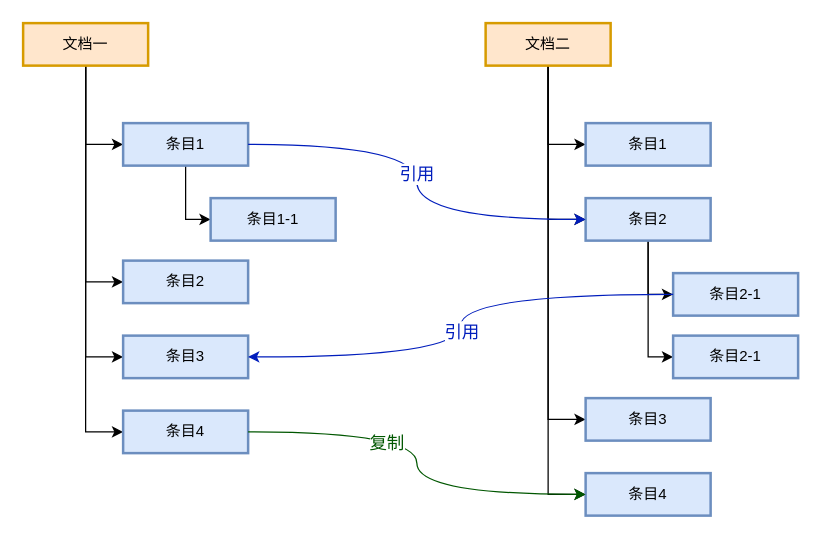
Earlier version of the draw.io diagram 多文档关系.drawio (ColinCongDu/chart). Source tidied: cells renumbered, new cells numbered last; positions are measured from the earlier drawing's top-left corner, leaving out a move shared by most shapes. Both pictures are drawn from the tidied source at 125%, with x=0, y=0 at pixel (22, 22).
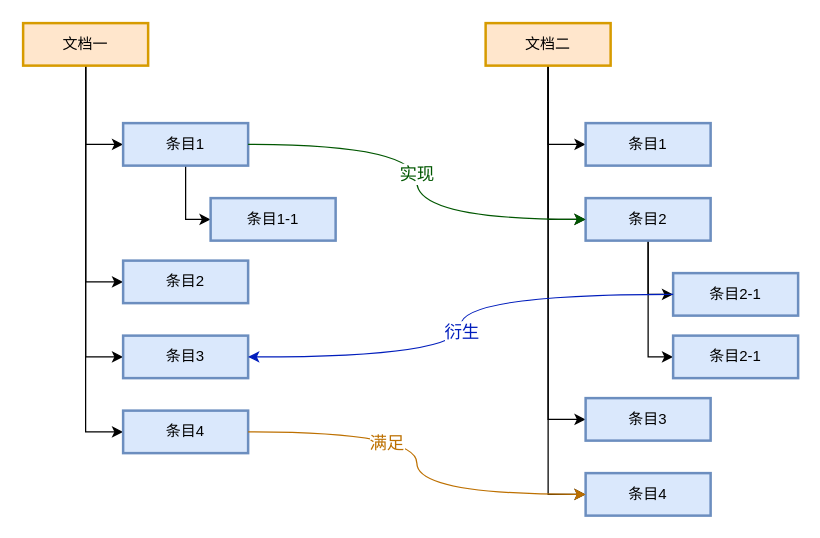
After the change.

Commit message:
更新多文档关系.drawio

Unchanged cells that the change refers to:
```xml
<mxCell id="9" value="条目1" style="whiteSpace=wrap;strokeWidth=2;fillColor=#dae8fc;strokeColor=#6c8ebf;" parent="2" vertex="1">
  <mxGeometry x="80" y="80" width="100" height="34" as="geometry" />
</mxCell>
<mxCell id="12" value="条目4" style="whiteSpace=wrap;strokeWidth=2;fillColor=#dae8fc;strokeColor=#6c8ebf;" parent="2" vertex="1">
  <mxGeometry x="80" y="310" width="100" height="34" as="geometry" />
</mxCell>
<mxCell id="23" value="条目2" style="whiteSpace=wrap;strokeWidth=2;fillColor=#dae8fc;strokeColor=#6c8ebf;" parent="14" vertex="1">
  <mxGeometry x="80" y="140" width="100" height="34" as="geometry" />
</mxCell>
<mxCell id="25" value="条目4" style="whiteSpace=wrap;strokeWidth=2;fillColor=#dae8fc;strokeColor=#6c8ebf;" parent="14" vertex="1">
  <mxGeometry x="80" y="360" width="100" height="34" as="geometry" />
</mxCell>
<mxCell id="32" style="edgeStyle=orthogonalEdgeStyle;rounded=0;jettySize=auto;html=1;entryX=1;entryY=0.5;entryDx=0;entryDy=0;curved=1;fillColor=#0050ef;strokeColor=#001DBC;" parent="1" edge="1" source="26" target="11">
  <mxGeometry relative="1" as="geometry" />
</mxCell>
```

The edit, as a diff of the source:
```diff
@@
-    <mxCell id="28" style="edgeStyle=orthogonalEdgeStyle;rounded=0;jettySize=auto;html=1;entryX=0;entryY=0.5;entryDx=0;entryDy=0;curved=1;fillColor=#0050ef;strokeColor=#001DBC;" parent="1" edge="1" source="9" target="23">
+    <mxCell id="28" style="edgeStyle=orthogonalEdgeStyle;rounded=0;jettySize=auto;html=1;entryX=0;entryY=0.5;entryDx=0;entryDy=0;curved=1;fillColor=#008a00;strokeColor=#005700;" parent="1" edge="1" source="9" target="23">
       <mxGeometry relative="1" as="geometry" />
     </mxCell>
-    <mxCell id="29" value="引用" style="edgeLabel;html=1;align=center;verticalAlign=middle;fontSize=14;fontColor=light-dark(#001dbc, #ededed);" parent="28" vertex="1">
+    <mxCell id="29" value="实现" style="edgeLabel;html=1;align=center;verticalAlign=middle;fontSize=14;fontColor=light-dark(#005700, #ededed);" parent="28" vertex="1">
       <mxGeometry x="-0.04" y="-1" relative="1" as="geometry" />
     </mxCell>
-    <mxCell id="30" style="edgeStyle=orthogonalEdgeStyle;rounded=0;jettySize=auto;html=1;entryX=0;entryY=0.5;entryDx=0;entryDy=0;curved=1;fillColor=#008a00;strokeColor=#005700;" parent="1" edge="1" source="12" target="25">
+    <mxCell id="30" style="edgeStyle=orthogonalEdgeStyle;rounded=0;jettySize=auto;html=1;entryX=0;entryY=0.5;entryDx=0;entryDy=0;curved=1;fillColor=#f0a30a;strokeColor=#BD7000;" parent="1" edge="1" source="12" target="25">
       <mxGeometry relative="1" as="geometry" />
     </mxCell>
-    <mxCell id="31" value="复制" style="edgeLabel;html=1;align=center;verticalAlign=middle;fontSize=14;fontColor=light-dark(#005700, #ededed);" parent="30" vertex="1">
+    <mxCell id="31" value="满足" style="edgeLabel;html=1;align=center;verticalAlign=middle;fontSize=14;fontColor=light-dark(#bd7000, #ededed);" parent="30" vertex="1">
       <mxGeometry x="-0.31" y="-8" relative="1" as="geometry" />
     </mxCell>
@@
-    <mxCell id="33" value="引用" style="edgeLabel;html=1;align=center;verticalAlign=middle;fontSize=14;fontColor=light-dark(#001dbc, #ededed);" parent="32" vertex="1">
+    <mxCell id="33" value="衍生" style="edgeLabel;html=1;align=center;verticalAlign=middle;fontSize=14;fontColor=light-dark(#001dbc, #ededed);" parent="32" vertex="1">
       <mxGeometry x="0.02" relative="1" as="geometry" />
     </mxCell>
```
